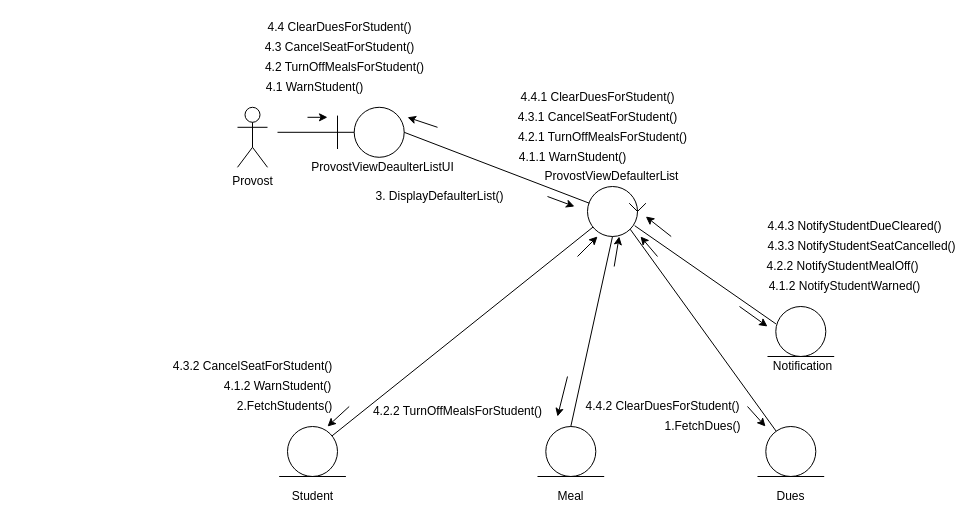
This is page "ViewDefaulterList" (7 of 11) of Collab.drawio from Noman1705088/CSE-326, a draw.io file, before an edit. Source tidied: cells renumbered, new cells numbered last; positions are measured from the earlier drawing's top-left corner, leaving out a move shared by most shapes. Both pictures are drawn from the tidied source at 100%, with x=0, y=0 at pixel (167, 17).
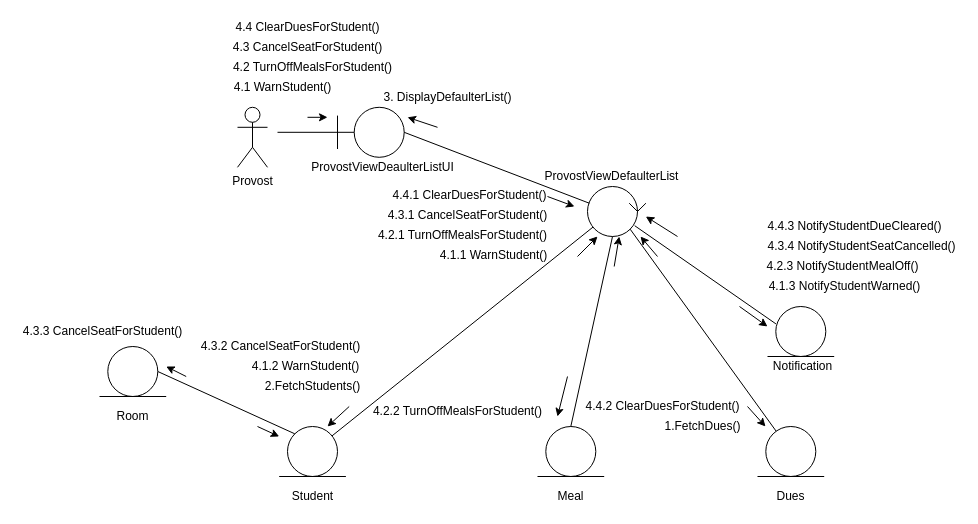
The same page after the edit.

The change refers to these unchanged cells:
```xml
<mxCell id="2" style="group;" parent="1" vertex="1">
  <mxGeometry x="210" y="119" width="275" height="80" as="geometry" />
</mxCell>
<mxCell id="18" style="group;" parent="1" vertex="1">
  <mxGeometry x="420" y="169" width="85" height="70" as="geometry" />
</mxCell>
<mxCell id="38" style="group;strokeColor=none;fillColor=none;" parent="37" vertex="1">
  <mxGeometry x="-60" y="50" width="66.7" height="50" as="geometry" />
</mxCell>
<mxCell id="39" style="ellipse;whiteSpace=wrap;html=1;strokeColor=default;fillColor=none;" parent="38" vertex="1">
  <mxGeometry x="8.3" width="50" height="50" as="geometry" />
</mxCell>
```

Diff of the diagram source:
```diff
@@
     <mxCell id="12" value="4.1 WarnStudent()" style="text;html=1;align=center;verticalAlign=middle;strokeColor=none;fillColor=none;" parent="2" vertex="1">
-      <mxGeometry x="-118.3" y="-59.2" width="110" height="20" as="geometry" />
+      <mxGeometry x="-150.3" y="-59.2" width="110" height="20" as="geometry" />
     </mxCell>
     <mxCell id="13" value="4.2 TurnOffMealsForStudent()" style="text;html=1;align=center;verticalAlign=middle;strokeColor=none;fillColor=none;" parent="2" vertex="1">
-      <mxGeometry x="-118.3" y="-79.2" width="170" height="20" as="geometry" />
+      <mxGeometry x="-150.3" y="-79.2" width="170" height="20" as="geometry" />
     </mxCell>
     <mxCell id="14" value="4.3 CancelSeatForStudent()" style="text;html=1;align=center;verticalAlign=middle;strokeColor=none;fillColor=none;" parent="2" vertex="1">
-      <mxGeometry x="-118.3" y="-99.2" width="160" height="20" as="geometry" />
+      <mxGeometry x="-150.3" y="-99.2" width="160" height="20" as="geometry" />
     </mxCell>
     <mxCell id="15" value="4.4 ClearDuesForStudent()" style="text;html=1;align=center;verticalAlign=middle;strokeColor=none;fillColor=none;" parent="2" vertex="1">
-      <mxGeometry x="-118.3" y="-119.2" width="160" height="20" as="geometry" />
+      <mxGeometry x="-150.3" y="-119.2" width="160" height="20" as="geometry" />
     </mxCell>
@@
-    <mxCell id="17" value="3. DisplayDefaulterList()" style="text;html=1;align=center;verticalAlign=middle;strokeColor=none;fillColor=none;" parent="2" vertex="1">
-      <mxGeometry x="-8.3" y="50" width="140" height="20" as="geometry" />
-    </mxCell>
@@
     <mxCell id="27" style="endArrow=classic;html=1;rounded=0;strokeColor=default;fillColor=#404040;" parent="18" edge="1">
       <mxGeometry relative="1" as="geometry">
-        <mxPoint x="83.7" y="50" as="sourcePoint" />
+        <mxPoint x="90" y="50" as="sourcePoint" />
         <mxPoint x="58.3" y="30" as="targetPoint" />
       </mxGeometry>
     </mxCell>
@@
+    <mxCell id="70" style="endArrow=classic;html=1;rounded=0;strokeColor=default;fillColor=#404040;" parent="38" edge="1">
+      <mxGeometry relative="1" as="geometry">
+        <mxPoint x="-21.7" as="sourcePoint" />
+        <mxPoint y="10" as="targetPoint" />
+      </mxGeometry>
+    </mxCell>
@@
     <mxCell id="49" value="2.FetchStudents()" style="text;html=1;align=center;verticalAlign=middle;strokeColor=none;fillColor=none;" parent="1" vertex="1">
-      <mxGeometry x="61.7" y="379" width="110" height="20" as="geometry" />
+      <mxGeometry x="90" y="359" width="110" height="20" as="geometry" />
     </mxCell>
@@
     <mxCell id="57" value="4.1.2 WarnStudent()" style="text;html=1;align=center;verticalAlign=middle;strokeColor=none;fillColor=none;" parent="1" vertex="1">
-      <mxGeometry x="50" y="359" width="120" height="20" as="geometry" />
+      <mxGeometry x="78.3" y="339" width="120" height="20" as="geometry" />
     </mxCell>
@@
     <mxCell id="59" value="4.3.2 CancelSeatForStudent()" style="text;html=1;align=center;verticalAlign=middle;strokeColor=none;fillColor=none;" parent="1" vertex="1">
-      <mxGeometry y="339" width="170" height="20" as="geometry" />
+      <mxGeometry x="28.3" y="319" width="170" height="20" as="geometry" />
     </mxCell>
@@
-    <mxCell id="61" value="4.2.2 NotifyStudentMealOff()" style="text;html=1;align=center;verticalAlign=middle;strokeColor=none;fillColor=none;" parent="1" vertex="1">
+    <mxCell id="61" value="4.2.3 NotifyStudentMealOff()" style="text;html=1;align=center;verticalAlign=middle;strokeColor=none;fillColor=none;" parent="1" vertex="1">
       <mxGeometry x="590" y="239" width="170" height="20" as="geometry" />
     </mxCell>
-    <mxCell id="62" value="4.3.3 NotifyStudentSeatCancelled()" style="text;html=1;align=center;verticalAlign=middle;strokeColor=none;fillColor=none;" parent="1" vertex="1">
+    <mxCell id="62" value="4.3.4 NotifyStudentSeatCancelled()" style="text;html=1;align=center;verticalAlign=middle;strokeColor=none;fillColor=none;" parent="1" vertex="1">
       <mxGeometry x="593.7" y="219" width="200" height="20" as="geometry" />
     </mxCell>
@@
-    <mxCell id="64" value="4.1.2 NotifyStudentWarned()" style="text;html=1;align=center;verticalAlign=middle;strokeColor=none;fillColor=none;" parent="1" vertex="1">
+    <mxCell id="64" value="4.1.3&amp;nbsp;NotifyStudentWarned()" style="text;html=1;align=center;verticalAlign=middle;strokeColor=none;fillColor=none;" parent="1" vertex="1">
       <mxGeometry x="591.7" y="259" width="170" height="20" as="geometry" />
     </mxCell>
@@
     <mxCell id="66" value="4.4.1 ClearDuesForStudent()" style="text;html=1;align=center;verticalAlign=middle;strokeColor=none;fillColor=none;" parent="1" vertex="1">
-      <mxGeometry x="345" y="69.8" width="170" height="20" as="geometry" />
+      <mxGeometry x="217" y="168" width="170" height="20" as="geometry" />
     </mxCell>
     <mxCell id="67" value="4.1.1 WarnStudent()" style="text;html=1;align=center;verticalAlign=middle;strokeColor=none;fillColor=none;" parent="1" vertex="1">
-      <mxGeometry x="345" y="129.8" width="120" height="20" as="geometry" />
+      <mxGeometry x="266" y="228" width="120" height="20" as="geometry" />
     </mxCell>
     <mxCell id="68" value="4.2.1 TurnOffMealsForStudent()" style="text;html=1;align=center;verticalAlign=middle;strokeColor=none;fillColor=none;" parent="1" vertex="1">
-      <mxGeometry x="345" y="109.8" width="180" height="20" as="geometry" />
+      <mxGeometry x="205" y="208" width="180" height="20" as="geometry" />
     </mxCell>
     <mxCell id="69" value="4.3.1 CancelSeatForStudent()" style="text;html=1;align=center;verticalAlign=middle;strokeColor=none;fillColor=none;" parent="1" vertex="1">
-      <mxGeometry x="345" y="89.8" width="170" height="20" as="geometry" />
+      <mxGeometry x="215" y="188" width="170" height="20" as="geometry" />
     </mxCell>
+    <mxCell id="17" value="3. DisplayDefaulterList()" style="text;html=1;align=center;verticalAlign=middle;strokeColor=none;fillColor=none;" parent="1" vertex="1">
+      <mxGeometry x="210" y="69.8" width="140" height="20" as="geometry" />
+    </mxCell>
+    <mxCell id="71" style="group;" parent="1" vertex="1">
+      <mxGeometry x="-68" y="329" width="78.3" height="80" as="geometry" />
+    </mxCell>
+    <mxCell id="72" style="group;strokeColor=none;fillColor=none;" parent="71" vertex="1">
+      <mxGeometry width="66.7" height="50" as="geometry" />
+    </mxCell>
+    <mxCell id="73" style="ellipse;whiteSpace=wrap;html=1;strokeColor=default;fillColor=none;" parent="72" vertex="1">
+      <mxGeometry x="8.3" width="50" height="50" as="geometry" />
+    </mxCell>
+    <mxCell id="74" style="endArrow=none;html=1;rounded=0;strokeColor=default;fillColor=#404040;" parent="72" edge="1">
+      <mxGeometry relative="1" as="geometry">
+        <mxPoint y="50" as="sourcePoint" />
+        <mxPoint x="66.7" y="50" as="targetPoint" />
+      </mxGeometry>
+    </mxCell>
+    <mxCell id="75" value="Room" style="text;html=1;align=center;verticalAlign=middle;strokeColor=none;fillColor=none;" parent="71" vertex="1">
+      <mxGeometry x="8.3" y="60" width="50" height="20" as="geometry" />
+    </mxCell>
+    <mxCell id="76" style="endArrow=classic;html=1;rounded=0;strokeColor=default;fillColor=#404040;" parent="71" edge="1">
+      <mxGeometry relative="1" as="geometry">
+        <mxPoint x="86.7" y="30" as="sourcePoint" />
+        <mxPoint x="66.7" y="20" as="targetPoint" />
+      </mxGeometry>
+    </mxCell>
+    <mxCell id="77" style="endArrow=none;html=1;rounded=0;exitX=0;exitY=0;exitDx=0;exitDy=0;entryX=1;entryY=0.5;entryDx=0;entryDy=0;" parent="1" edge="1" source="39" target="73">
+      <mxGeometry relative="1" as="geometry" />
+    </mxCell>
+    <mxCell id="78" value="4.3.3 CancelSeatForStudent()" style="text;html=1;align=center;verticalAlign=middle;strokeColor=none;fillColor=none;" parent="1" vertex="1">
+      <mxGeometry x="-150" y="304" width="170" height="20" as="geometry" />
+    </mxCell>
```
